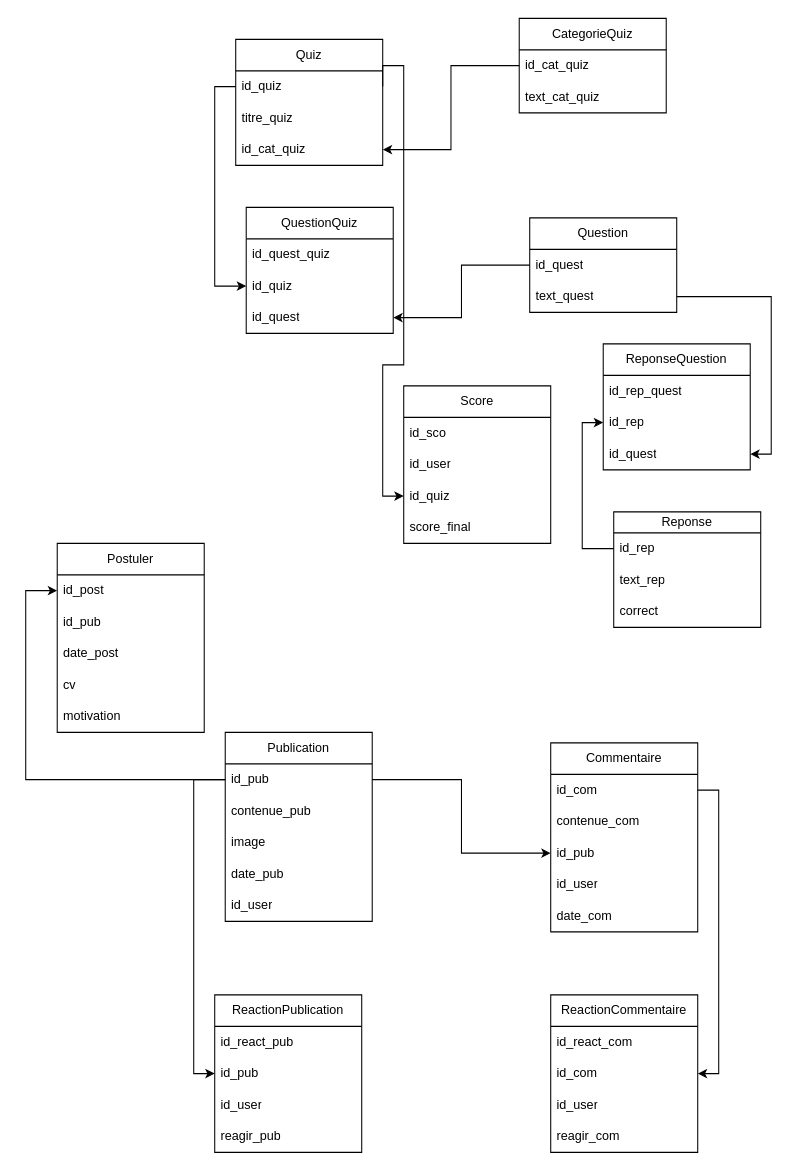
Earlier version of the draw.io diagram mcd.drawio (Maminjatovo/Mcd_hack_it_supernova). Source tidied: cells renumbered, new cells numbered last; positions are measured from the earlier drawing's top-left corner, leaving out a move shared by most shapes. Both pictures are drawn from the tidied source at 105%, with x=0, y=0 at pixel (25, 18).
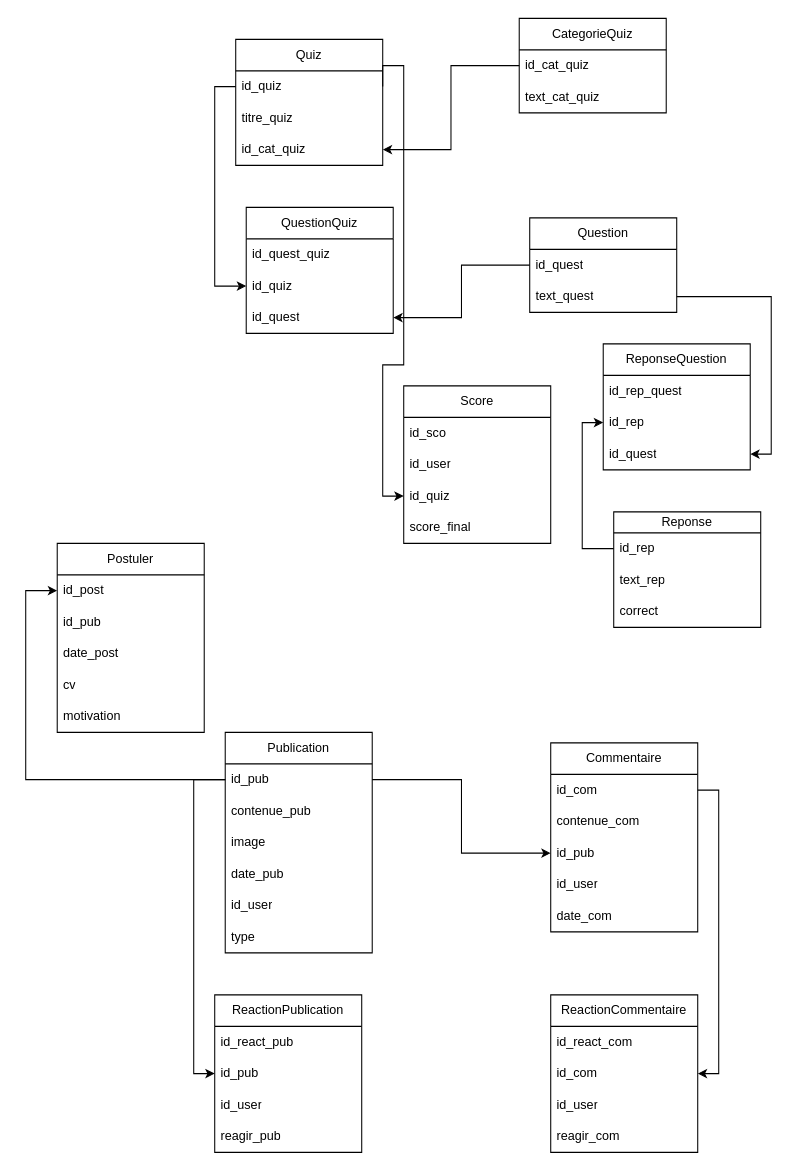
After the change.

Commit message:
Mettre à jour mcd.drawio

Change to the diagram source:
```diff
@@
     <mxCell id="35" value="Publication" style="swimlane;fontStyle=0;horizontal=1;startSize=30;whiteSpace=wrap;html=1;" parent="1" vertex="1">
-      <mxGeometry x="190" y="680" width="140" height="180" as="geometry" />
+      <mxGeometry x="190" y="680" width="140" height="210" as="geometry" />
     </mxCell>
@@
+    <mxCell id="67" value="type" style="text;strokeColor=none;fillColor=none;align=left;verticalAlign=middle;spacingLeft=4;spacingRight=4;overflow=hidden;whiteSpace=wrap;html=1;" parent="35" vertex="1">
+      <mxGeometry y="180" width="140" height="30" as="geometry" />
+    </mxCell>
```
